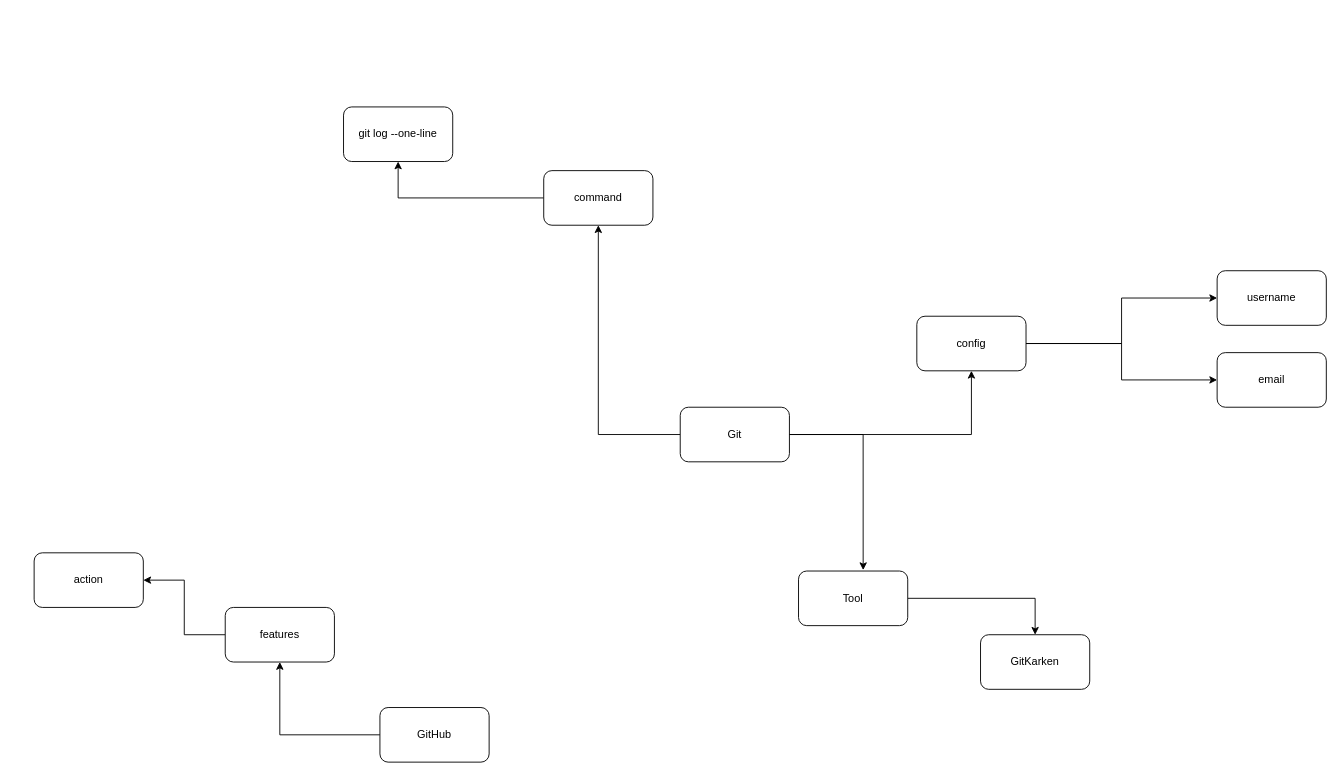
Before: master_git.drawio in Mini-Pingu/7950x_git, a draw.io diagram. Source tidied: cells renumbered, new cells numbered last; positions are measured from the earlier drawing's top-left corner, leaving out a move shared by most shapes. Both pictures are drawn from the tidied source at 91%, with x=0, y=0 at pixel (34, 106).
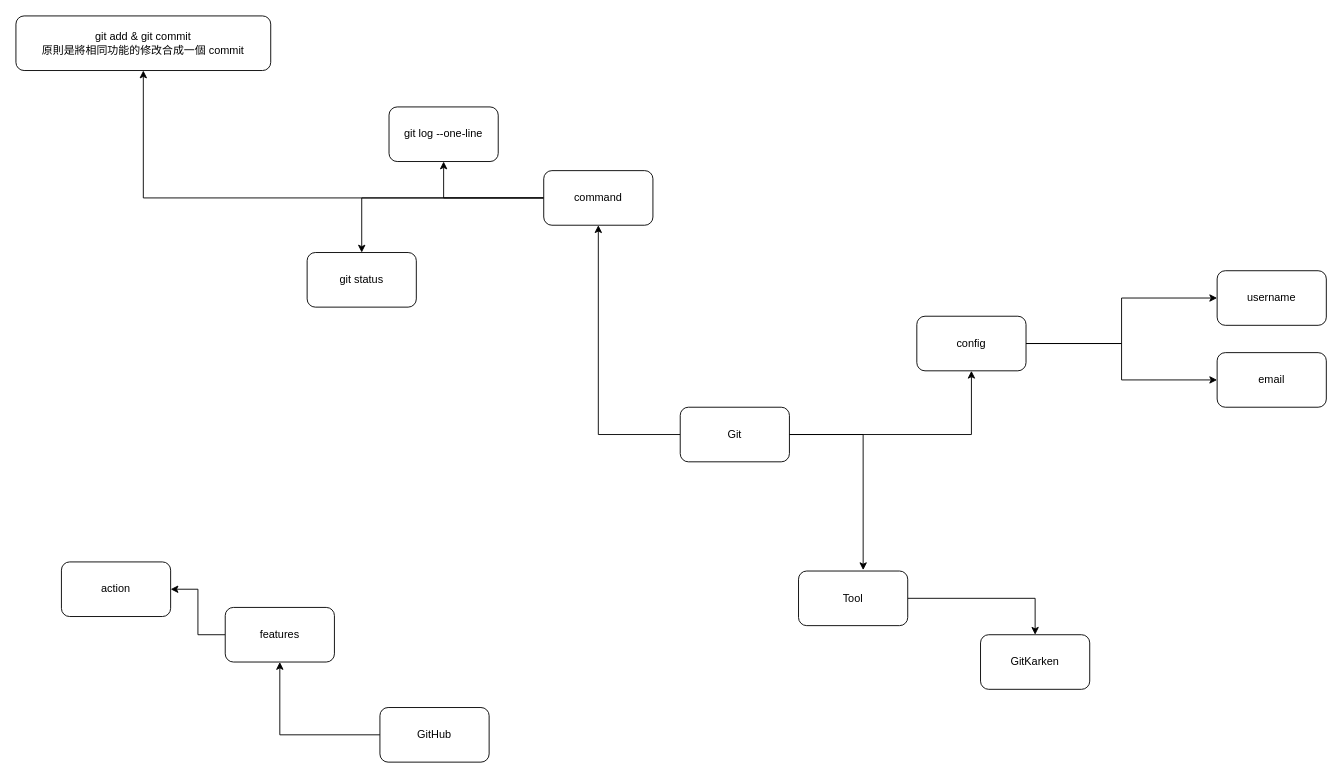
After the change.

Unchanged cells that the change refers to:
```xml
<mxCell id="15" value="command" style="rounded=1;whiteSpace=wrap;html=1;" parent="1" vertex="1">
  <mxGeometry x="560" y="70" width="120" height="60" as="geometry" />
</mxCell>
```

The edit, as a diff of the source:
```diff
@@
     <mxCell id="7" value="git log --one-line" style="rounded=1;whiteSpace=wrap;html=1;" parent="1" vertex="1">
-      <mxGeometry x="340" width="120" height="60" as="geometry" />
+      <mxGeometry x="390" width="120" height="60" as="geometry" />
     </mxCell>
@@
+    <mxCell id="22" style="edgeStyle=orthogonalEdgeStyle;rounded=0;jettySize=auto;html=1;" parent="1" edge="1" source="15" target="24">
+      <mxGeometry relative="1" as="geometry" />
+    </mxCell>
+    <mxCell id="23" style="edgeStyle=orthogonalEdgeStyle;rounded=0;jettySize=auto;html=1;" parent="1" edge="1" source="15" target="25">
+      <mxGeometry relative="1" as="geometry" />
+    </mxCell>
@@
     <mxCell id="21" value="action" style="rounded=1;whiteSpace=wrap;html=1;" parent="1" vertex="1">
-      <mxGeometry y="490" width="120" height="60" as="geometry" />
+      <mxGeometry x="30" y="500" width="120" height="60" as="geometry" />
     </mxCell>
+    <mxCell id="24" value="git status" style="rounded=1;whiteSpace=wrap;html=1;" parent="1" vertex="1">
+      <mxGeometry x="300" y="160" width="120" height="60" as="geometry" />
+    </mxCell>
+    <mxCell id="25" value="git add &amp;amp; git commit&lt;br&gt;原則是將相同功能的修改合成一個 commit" style="rounded=1;whiteSpace=wrap;html=1;" parent="1" vertex="1">
+      <mxGeometry x="-20" y="-100" width="280" height="60" as="geometry" />
+    </mxCell>
```
